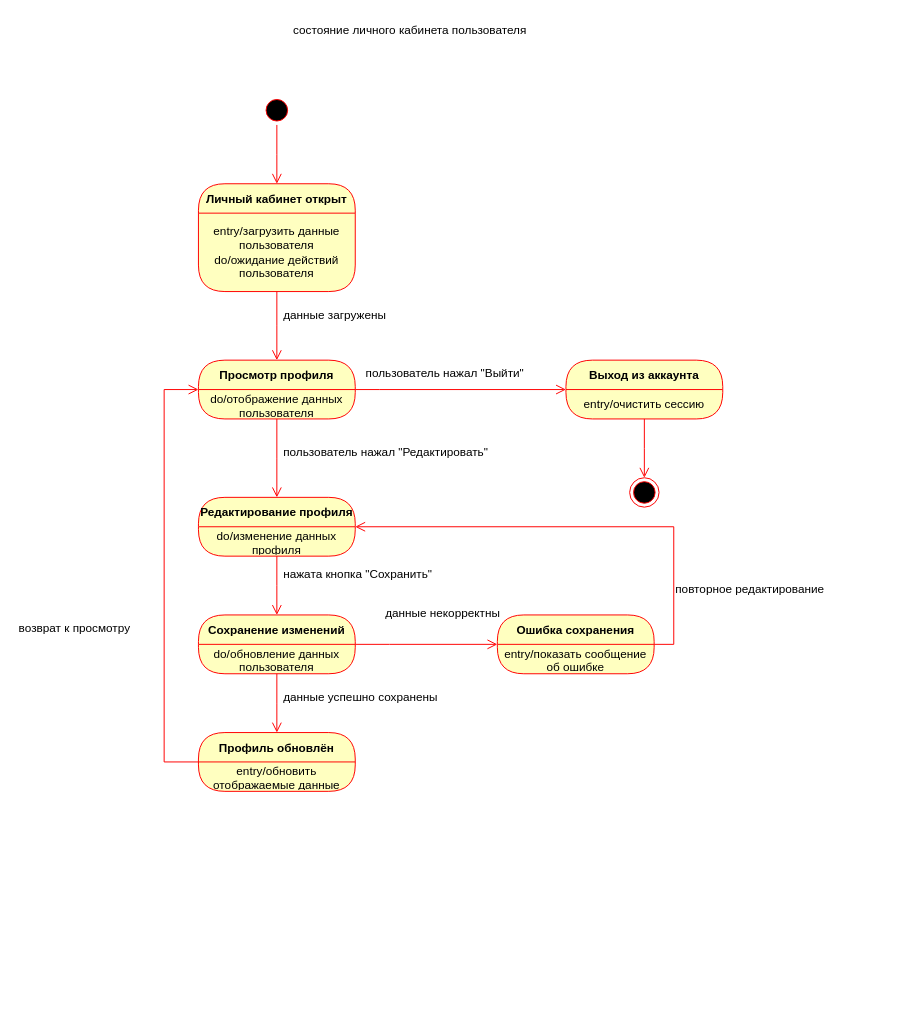
This is Documents/UML/Модуль личного кабинета/Диаграмма состояния.drawio from bubus1kk/ReMeal, a draw.io file, before an edit. Source tidied: cells renumbered, new cells numbered last; positions are measured from the earlier drawing's top-left corner, leaving out a move shared by most shapes. Both pictures are drawn from the tidied source at 98%, with x=0, y=0 at pixel (17, 17).
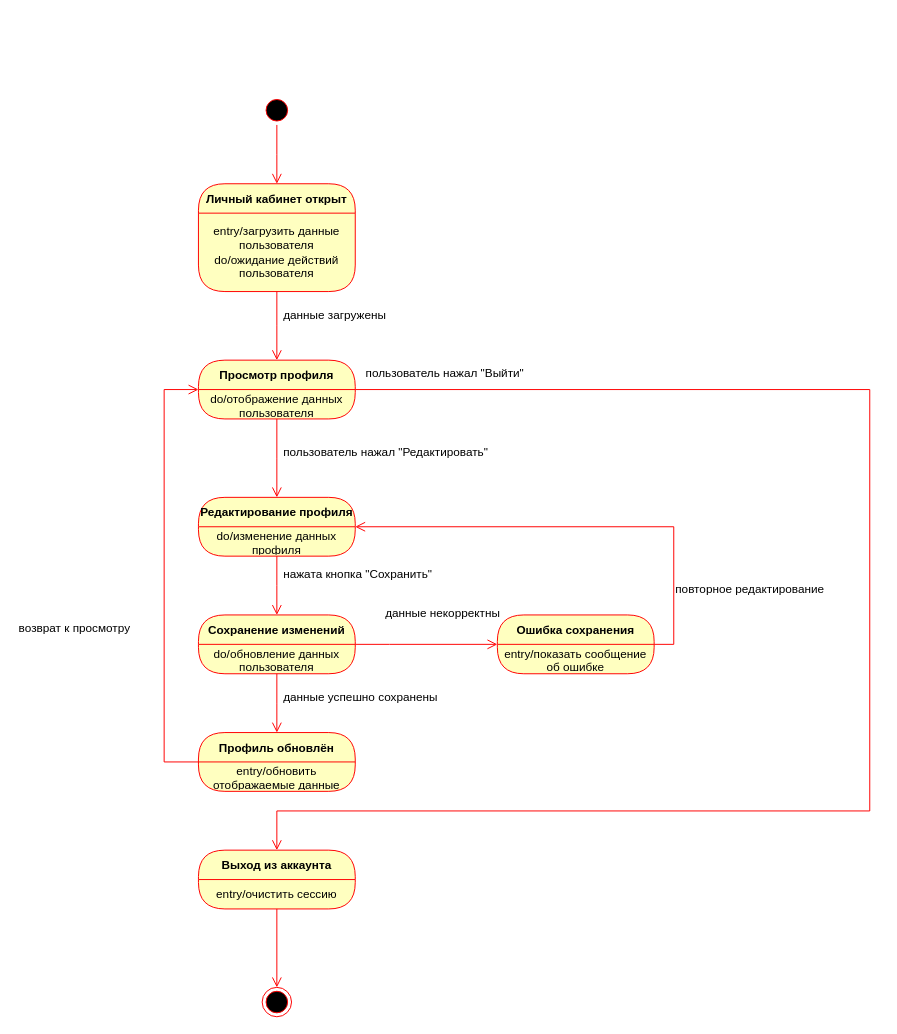
After the change.

Unchanged cells that the change refers to:
```xml
<mxCell id="10" value="do/отображение данных пользователя" style="text;html=1;strokeColor=none;fillColor=none;align=center;verticalAlign=middle;spacingLeft=4;spacingRight=4;whiteSpace=wrap;overflow=hidden;fontColor=#000000;" parent="9" vertex="1">
  <mxGeometry y="30" width="160" height="30" as="geometry" />
</mxCell>
```

The edit, as a diff of the source:
```diff
@@
-    <mxCell id="4" value="состояние личного кабинета пользователя" style="text;whiteSpace=wrap;" parent="1" vertex="1">
-      <mxGeometry x="280" width="270" height="40" as="geometry" />
-    </mxCell>
@@
-    <mxCell id="32" style="edgeStyle=orthogonalEdgeStyle;html=1;verticalAlign=bottom;endArrow=open;endSize=8;strokeColor=#ff0000;rounded=0;exitX=1;exitY=0;exitDx=0;exitDy=0;" parent="1" edge="1" source="10">
+    <mxCell id="32" style="edgeStyle=orthogonalEdgeStyle;html=1;verticalAlign=bottom;endArrow=open;endSize=8;strokeColor=#ff0000;rounded=0;exitX=1;exitY=0;exitDx=0;exitDy=0;entryX=0.5;entryY=0;entryDx=0;entryDy=0;" parent="1" edge="1" source="10" target="33">
       <mxGeometry relative="1" as="geometry">
-        <mxPoint x="560" y="380" as="targetPoint" />
         <Array as="points">
-          <mxPoint x="370" y="380" />
-          <mxPoint x="370" y="380" />
+          <mxPoint x="870" y="380" />
+          <mxPoint x="870" y="810" />
+          <mxPoint x="265" y="810" />
         </Array>
       </mxGeometry>
     </mxCell>
     <mxCell id="33" value="Выход из аккаунта" style="swimlane;fontStyle=1;align=center;verticalAlign=middle;horizontal=1;startSize=30;fontColor=#000000;rounded=1;arcSize=30;strokeColor=#ff0000;fillColor=#ffffc0;swimlaneFillColor=#ffffc0;" parent="1" vertex="1">
-      <mxGeometry x="560" y="350" width="160" height="60" as="geometry" />
+      <mxGeometry x="185" y="850" width="160" height="60" as="geometry" />
     </mxCell>
@@
-    <mxCell id="35" style="edgeStyle=orthogonalEdgeStyle;html=1;verticalAlign=bottom;endArrow=open;endSize=8;strokeColor=#ff0000;rounded=0;" parent="1" edge="1" source="33">
-      <mxGeometry relative="1" as="geometry">
-        <mxPoint x="640" y="470" as="targetPoint" />
-      </mxGeometry>
+    <mxCell id="35" style="edgeStyle=orthogonalEdgeStyle;html=1;verticalAlign=bottom;endArrow=open;endSize=8;strokeColor=#ff0000;rounded=0;entryX=0.5;entryY=0;entryDx=0;entryDy=0;" parent="1" edge="1" source="33" target="36">
+      <mxGeometry relative="1" as="geometry" />
     </mxCell>
     <mxCell id="36" style="ellipse;html=1;shape=endState;fillColor=#000000;strokeColor=#ff0000;" parent="1" vertex="1">
-      <mxGeometry x="625" y="470" width="30" height="30" as="geometry" />
+      <mxGeometry x="250" y="990" width="30" height="30" as="geometry" />
     </mxCell>
```
